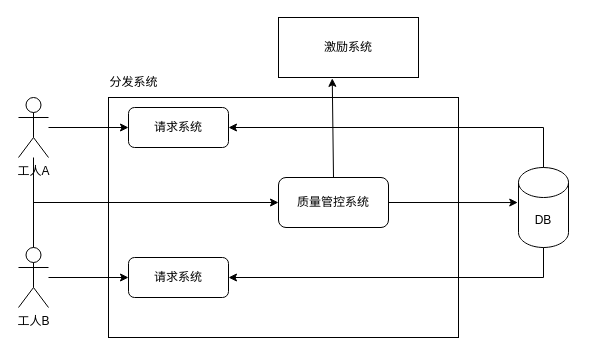
Earlier version of the draw.io diagram page "分发系统数据流" (1 of 3) of diagrams/分发系统.drawio (sduoffline/sapphire-doc). Source tidied: cells renumbered, new cells numbered last; positions are measured from the earlier drawing's top-left corner, leaving out a move shared by most shapes. Both pictures are drawn from the tidied source at 100%, with x=0, y=0 at pixel (18, 17).
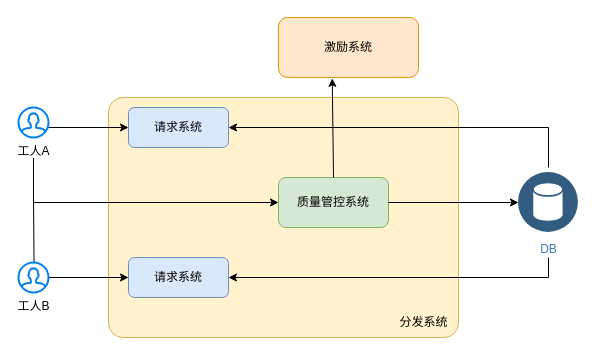
After the change.

What changed in the source:
```diff
@@
-    <mxCell id="2" value="DB" style="shape=cylinder3;whiteSpace=wrap;html=1;boundedLbl=1;backgroundOutline=1;size=15;" parent="1" vertex="1">
-      <mxGeometry x="500" y="150" width="50" height="80" as="geometry" />
-    </mxCell>
-    <mxCell id="3" value="工人A" style="shape=umlActor;verticalLabelPosition=bottom;verticalAlign=top;html=1;outlineConnect=0;" parent="1" vertex="1">
-      <mxGeometry y="80" width="30" height="60" as="geometry" />
-    </mxCell>
-    <mxCell id="4" style="rounded=0;whiteSpace=wrap;html=1;fillColor=none;" parent="1" vertex="1">
+    <mxCell id="4" style="rounded=1;whiteSpace=wrap;html=1;fillColor=#fff2cc;strokeColor=#d6b656;arcSize=6;" parent="1" vertex="1">
       <mxGeometry x="90" y="80" width="350" height="240" as="geometry" />
     </mxCell>
     <mxCell id="5" value="分发系统" style="text;html=1;align=center;verticalAlign=middle;strokeColor=none;fillColor=none;" parent="1" vertex="1">
-      <mxGeometry x="80" y="50" width="70" height="30" as="geometry" />
+      <mxGeometry x="370" y="290" width="70" height="30" as="geometry" />
     </mxCell>
-    <mxCell id="6" value="工人B" style="shape=umlActor;verticalLabelPosition=bottom;verticalAlign=top;html=1;outlineConnect=0;" parent="1" vertex="1">
-      <mxGeometry y="230" width="30" height="60" as="geometry" />
-    </mxCell>
-    <mxCell id="7" value="请求系统" style="rounded=1;whiteSpace=wrap;html=1;" parent="1" vertex="1">
+    <mxCell id="7" value="请求系统" style="rounded=1;whiteSpace=wrap;html=1;fillColor=#dae8fc;strokeColor=#6c8ebf;" parent="1" vertex="1">
       <mxGeometry x="110" y="90" width="100" height="40" as="geometry" />
     </mxCell>
-    <mxCell id="8" value="请求系统" style="rounded=1;whiteSpace=wrap;html=1;" parent="1" vertex="1">
+    <mxCell id="8" value="请求系统" style="rounded=1;whiteSpace=wrap;html=1;fillColor=#dae8fc;strokeColor=#6c8ebf;" parent="1" vertex="1">
       <mxGeometry x="110" y="240" width="100" height="40" as="geometry" />
     </mxCell>
-    <mxCell id="9" style="endArrow=classic;html=1;rounded=0;entryX=0;entryY=0.5;entryDx=0;entryDy=0;" parent="1" edge="1" source="3" target="7">
-      <mxGeometry relative="1" as="geometry" />
+    <mxCell id="9" style="endArrow=classic;html=1;rounded=0;entryX=0;entryY=0.5;entryDx=0;entryDy=0;" parent="1" edge="1" target="7">
+      <mxGeometry relative="1" as="geometry">
+        <mxPoint x="30" y="110" as="sourcePoint" />
+      </mxGeometry>
     </mxCell>
@@
-    <mxCell id="11" style="endArrow=classic;html=1;rounded=0;exitX=0.5;exitY=0;exitDx=0;exitDy=0;exitPerimeter=0;entryX=1;entryY=0.5;entryDx=0;entryDy=0;" parent="1" edge="1" source="2" target="7">
+    <mxCell id="11" style="endArrow=classic;html=1;rounded=0;entryX=1;entryY=0.5;entryDx=0;entryDy=0;" parent="1" edge="1" target="7">
       <mxGeometry relative="1" as="geometry">
+        <mxPoint x="530" y="150" as="sourcePoint" />
         <Array as="points">
-          <mxPoint x="525" y="110" />
+          <mxPoint x="530" y="110" />
         </Array>
       </mxGeometry>
     </mxCell>
-    <mxCell id="12" style="endArrow=classic;html=1;rounded=0;exitX=0.5;exitY=1;exitDx=0;exitDy=0;exitPerimeter=0;entryX=1;entryY=0.5;entryDx=0;entryDy=0;" parent="1" edge="1" source="2" target="8">
+    <mxCell id="12" style="endArrow=classic;html=1;rounded=0;entryX=1;entryY=0.5;entryDx=0;entryDy=0;" parent="1" edge="1" target="8">
       <mxGeometry relative="1" as="geometry">
+        <mxPoint x="530" y="240" as="sourcePoint" />
         <Array as="points">
-          <mxPoint x="525" y="260" />
+          <mxPoint x="530" y="260" />
         </Array>
       </mxGeometry>
     </mxCell>
-    <mxCell id="13" value="质量管控系统" style="rounded=1;whiteSpace=wrap;html=1;" parent="1" vertex="1">
+    <mxCell id="13" value="质量管控系统" style="rounded=1;whiteSpace=wrap;html=1;fillColor=#d5e8d4;strokeColor=#82b366;" parent="1" vertex="1">
       <mxGeometry x="260" y="160" width="110" height="50" as="geometry" />
     </mxCell>
-    <mxCell id="14" style="endArrow=classic;html=1;rounded=0;entryX=0;entryY=0.5;entryDx=0;entryDy=0;" parent="1" edge="1" source="3" target="13">
+    <mxCell id="14" style="endArrow=classic;html=1;rounded=0;entryX=0;entryY=0.5;entryDx=0;entryDy=0;" parent="1" edge="1" target="13">
       <mxGeometry relative="1" as="geometry">
+        <mxPoint x="15" y="140" as="sourcePoint" />
         <Array as="points">
           <mxPoint x="15" y="185" />
         </Array>
       </mxGeometry>
     </mxCell>
-    <mxCell id="15" style="endArrow=none;html=1;rounded=0;" parent="1" edge="1" source="6">
+    <mxCell id="15" style="endArrow=none;html=1;rounded=0;exitX=0.518;exitY=-0.014;exitDx=0;exitDy=0;exitPerimeter=0;" parent="1" edge="1" source="6">
       <mxGeometry relative="1" as="geometry">
         <mxPoint x="15" y="180" as="targetPoint" />
       </mxGeometry>
     </mxCell>
-    <mxCell id="16" style="endArrow=classic;html=1;rounded=0;exitX=1;exitY=0.5;exitDx=0;exitDy=0;entryX=-0.015;entryY=0.438;entryDx=0;entryDy=0;entryPerimeter=0;" parent="1" edge="1" source="13" target="2">
+    <mxCell id="16" style="endArrow=classic;html=1;rounded=0;exitX=1;exitY=0.5;exitDx=0;exitDy=0;entryX=0;entryY=0.5;entryDx=0;entryDy=0;" parent="1" edge="1" source="13" target="2">
       <mxGeometry relative="1" as="geometry" />
     </mxCell>
-    <mxCell id="17" value="激励系统" style="rounded=0;whiteSpace=wrap;html=1;" parent="1" vertex="1">
+    <mxCell id="17" value="激励系统" style="rounded=1;whiteSpace=wrap;html=1;fillColor=#ffe6cc;strokeColor=#d79b00;" parent="1" vertex="1">
       <mxGeometry x="260" width="140" height="60" as="geometry" />
     </mxCell>
@@
+    <mxCell id="3" value="工人A" style="html=1;verticalLabelPosition=bottom;align=center;labelBackgroundColor=#ffffff;verticalAlign=top;strokeWidth=2;strokeColor=#0080F0;shadow=0;dashed=0;shape=mxgraph.ios7.icons.user;" parent="1" vertex="1">
+      <mxGeometry y="90" width="30" height="30" as="geometry" />
+    </mxCell>
+    <mxCell id="6" value="工人B" style="html=1;verticalLabelPosition=bottom;align=center;labelBackgroundColor=#ffffff;verticalAlign=top;strokeWidth=2;strokeColor=#0080F0;shadow=0;dashed=0;shape=mxgraph.ios7.icons.user;" parent="1" vertex="1">
+      <mxGeometry y="245" width="30" height="30" as="geometry" />
+    </mxCell>
+    <mxCell id="2" value="DB" style="perimeter=ellipsePerimeter;html=1;align=center;shadow=0;dashed=0;fontColor=#4277BB;labelBackgroundColor=#ffffff;fontSize=12;spacingTop=3;image;image=img/lib/ibm/data/data_services.svg;" parent="1" vertex="1">
+      <mxGeometry x="500" y="155" width="60" height="60" as="geometry" />
+    </mxCell>
```
